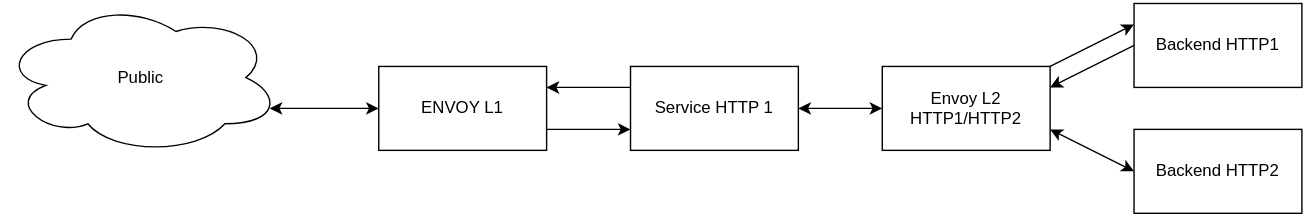
Earlier version of the draw.io export design/arch.svg (devetek/Proxy-War). Source tidied: cells renumbered, new cells last; positions are measured from the earlier drawing's top-left corner, leaving out a move shared by most shapes.
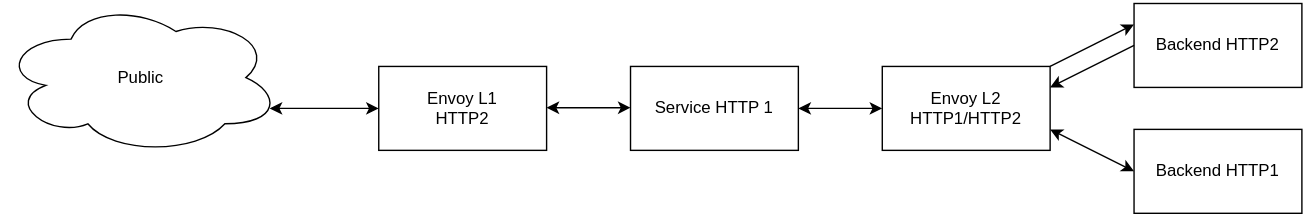
The same diagram one commit later.

Commit message:
feat(envoy): arch update multiplex for HTTP2

arch update multiplex for HTTP2

Diff of the diagram source:
```diff
@@ -5,7 +5,7 @@
     <mxCell id="2" value="Public" style="ellipse;shape=cloud;whiteSpace=wrap;html=1;" parent="1" vertex="1">
       <mxGeometry width="200" height="110" as="geometry" />
     </mxCell>
-    <mxCell id="3" value="ENVOY L1" style="rounded=0;whiteSpace=wrap;html=1;" parent="1" vertex="1">
+    <mxCell id="3" value="Envoy L1&lt;br&gt;HTTP2" style="rounded=0;whiteSpace=wrap;html=1;" parent="1" vertex="1">
       <mxGeometry x="270" y="47" width="120" height="60" as="geometry" />
     </mxCell>
     <mxCell id="4" value="Service HTTP 1" style="rounded=0;whiteSpace=wrap;html=1;" parent="1" vertex="1">
@@ -14,10 +14,10 @@
     <mxCell id="5" value="Envoy L2&lt;br&gt;HTTP1/HTTP2" style="rounded=0;whiteSpace=wrap;html=1;" parent="1" vertex="1">
       <mxGeometry x="630" y="47" width="120" height="60" as="geometry" />
     </mxCell>
-    <mxCell id="6" value="Backend HTTP1" style="rounded=0;whiteSpace=wrap;html=1;" parent="1" vertex="1">
+    <mxCell id="6" value="Backend HTTP2" style="rounded=0;whiteSpace=wrap;html=1;" parent="1" vertex="1">
       <mxGeometry x="810" y="2" width="120" height="60" as="geometry" />
     </mxCell>
-    <mxCell id="7" value="&lt;span&gt;Backend HTTP2&lt;/span&gt;" style="rounded=0;whiteSpace=wrap;html=1;" parent="1" vertex="1">
+    <mxCell id="7" value="&lt;span&gt;Backend HTTP1&lt;/span&gt;" style="rounded=0;whiteSpace=wrap;html=1;" parent="1" vertex="1">
       <mxGeometry x="810" y="92" width="120" height="60" as="geometry" />
     </mxCell>
     <mxCell id="8" style="endArrow=classic;startArrow=classic;html=1;entryX=0;entryY=0.5;entryDx=0;entryDy=0;exitX=0.96;exitY=0.7;exitDx=0;exitDy=0;exitPerimeter=0;" parent="1" edge="1" source="2" target="3">
@@ -35,11 +35,11 @@
     <mxCell id="12" style="endArrow=classic;html=1;exitX=0;exitY=0.5;exitDx=0;exitDy=0;entryX=1;entryY=0.25;entryDx=0;entryDy=0;" parent="1" edge="1" source="6" target="5">
       <mxGeometry relative="1" as="geometry" />
     </mxCell>
-    <mxCell id="13" style="endArrow=classic;html=1;exitX=1;exitY=0.75;exitDx=0;exitDy=0;entryX=0;entryY=0.75;entryDx=0;entryDy=0;" parent="1" edge="1" source="3" target="4">
-      <mxGeometry relative="1" as="geometry" />
-    </mxCell>
-    <mxCell id="14" style="endArrow=classic;html=1;entryX=1;entryY=0.25;entryDx=0;entryDy=0;exitX=0;exitY=0.25;exitDx=0;exitDy=0;" parent="1" edge="1" source="4" target="3">
-      <mxGeometry relative="1" as="geometry" />
-    </mxCell>
+    <mxCell id="15" style="endArrow=classic;startArrow=classic;html=1;exitX=1;exitY=0.5;exitDx=0;exitDy=0;entryX=0;entryY=0.5;entryDx=0;entryDy=0;" parent="1" edge="1">
+      <mxGeometry relative="1" as="geometry">
+        <mxPoint x="390" y="76.5" as="sourcePoint" />
+        <mxPoint x="450" y="76.5" as="targetPoint" />
+      </mxGeometry>
+    </mxCell>
   </root>
 </mxGraphModel>
```
